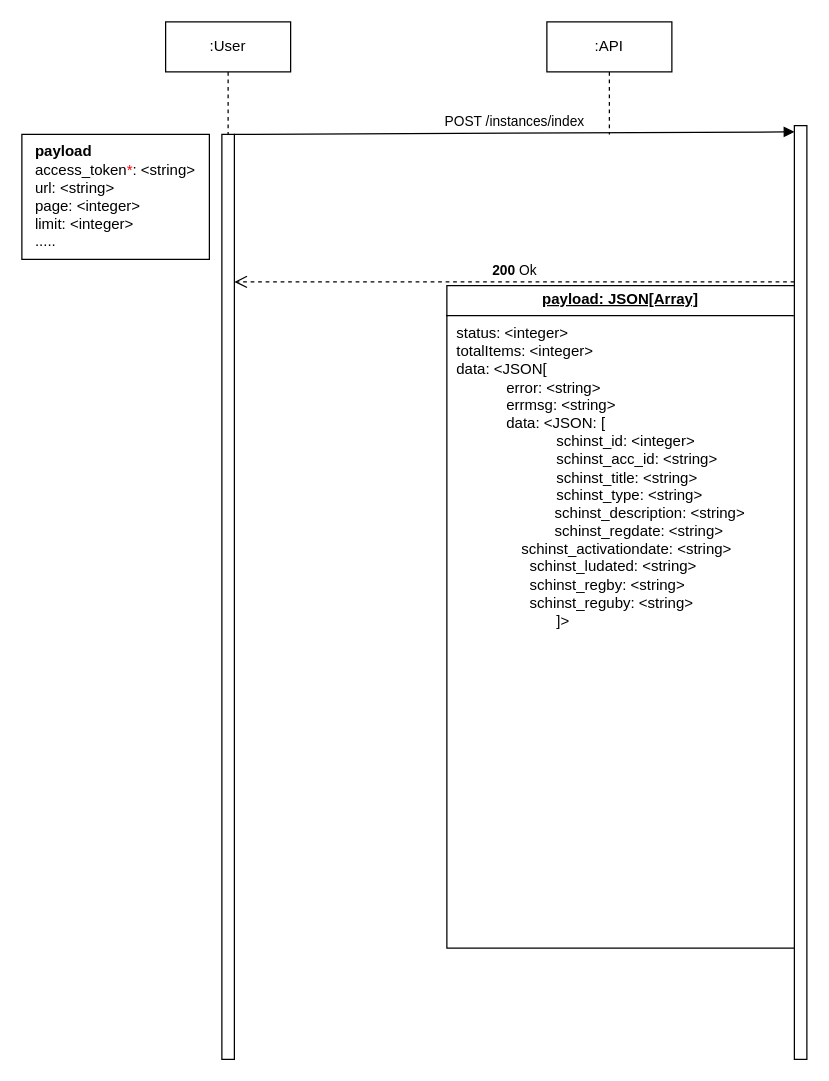
This is page "All School Instances (Configuration)" (4 of 10) of scholar-api-flows1.drawio from olougepa/scholar-api, a draw.io file, before an edit. Source tidied: cells renumbered, new cells numbered last; positions are measured from the earlier drawing's top-left corner, leaving out a move shared by most shapes. Both pictures are drawn from the tidied source at 125%, with x=0, y=0 at pixel (21, 21).
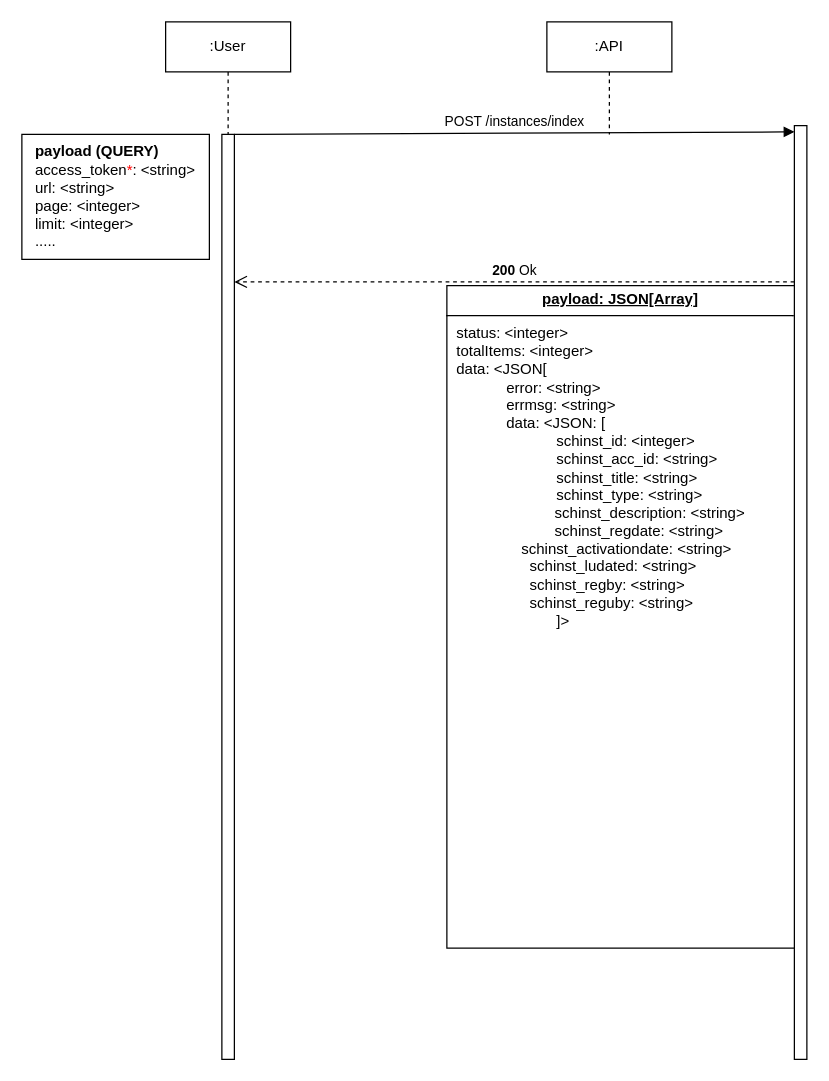
After the change.

Change to the diagram source:
```diff
@@
 <mxGraphModel>
   <root>
     <mxCell id="0" />
     <mxCell id="1" parent="0" />
     <mxCell id="2" style="html=1;points=[[0,0,0,0,5],[0,1,0,0,-5],[1,0,0,0,5],[1,1,0,0,-5]];perimeter=orthogonalPerimeter;outlineConnect=0;targetShapes=umlLifeline;portConstraint=eastwest;newEdgeStyle={&quot;curved&quot;:0,&quot;rounded&quot;:0};" parent="1" vertex="1">
       <mxGeometry x="618" y="83" width="10" height="747" as="geometry" />
     </mxCell>
     <mxCell id="3" value="POST /instances/index" style="html=1;verticalAlign=bottom;endArrow=block;curved=0;rounded=0;entryX=0;entryY=0;entryDx=0;entryDy=5;" parent="1" edge="1" source="5" target="2">
       <mxGeometry relative="1" as="geometry" />
     </mxCell>
     <mxCell id="4" value="&lt;b&gt;200&lt;/b&gt; Ok" style="html=1;verticalAlign=bottom;endArrow=open;dashed=1;endSize=8;curved=0;rounded=0;" parent="1" edge="1" source="2">
       <mxGeometry relative="1" as="geometry">
         <mxPoint x="170" y="208" as="targetPoint" />
       </mxGeometry>
     </mxCell>
     <mxCell id="5" style="html=1;points=[[0,0,0,0,5],[0,1,0,0,-5],[1,0,0,0,5],[1,1,0,0,-5]];perimeter=orthogonalPerimeter;outlineConnect=0;targetShapes=umlLifeline;portConstraint=eastwest;newEdgeStyle={&quot;curved&quot;:0,&quot;rounded&quot;:0};" parent="1" vertex="1">
       <mxGeometry x="160" y="90" width="10" height="740" as="geometry" />
     </mxCell>
     <mxCell id="6" value="&lt;p style=&quot;margin:0px;margin-top:4px;text-align:center;text-decoration:underline;&quot;&gt;&lt;b&gt;payload: JSON[Array]&lt;/b&gt;&lt;/p&gt;&lt;hr size=&quot;1&quot; style=&quot;border-style:solid;&quot;&gt;&lt;p style=&quot;margin:0px;margin-left:8px;&quot;&gt;status: &amp;lt;integer&amp;gt;&lt;/p&gt;&lt;p style=&quot;margin:0px;margin-left:8px;&quot;&gt;totalItems: &amp;lt;integer&amp;gt;&lt;/p&gt;&lt;p style=&quot;margin:0px;margin-left:8px;&quot;&gt;data: &amp;lt;JSON[&lt;/p&gt;&lt;blockquote style=&quot;margin: 0 0 0 40px; border: none; padding: 0px;&quot;&gt;&lt;p style=&quot;margin:0px;margin-left:8px;&quot;&gt;error: &amp;lt;string&amp;gt;&lt;/p&gt;&lt;p style=&quot;margin:0px;margin-left:8px;&quot;&gt;errmsg: &amp;lt;string&amp;gt;&lt;/p&gt;&lt;p style=&quot;margin:0px;margin-left:8px;&quot;&gt;data: &amp;lt;JSON: [&amp;nbsp;&lt;/p&gt;&lt;/blockquote&gt;&lt;blockquote style=&quot;margin: 0 0 0 40px; border: none; padding: 0px;&quot;&gt;&lt;blockquote style=&quot;margin: 0 0 0 40px; border: none; padding: 0px;&quot;&gt;&lt;p style=&quot;margin:0px;margin-left:8px;&quot;&gt;schinst_id: &amp;lt;integer&amp;gt;&lt;/p&gt;&lt;/blockquote&gt;&lt;blockquote style=&quot;margin: 0 0 0 40px; border: none; padding: 0px;&quot;&gt;&lt;p style=&quot;margin:0px;margin-left:8px;&quot;&gt;schinst_acc_id: &amp;lt;string&amp;gt;&lt;/p&gt;&lt;/blockquote&gt;&lt;blockquote style=&quot;margin: 0 0 0 40px; border: none; padding: 0px;&quot;&gt;&lt;p style=&quot;margin:0px;margin-left:8px;&quot;&gt;schinst_title: &amp;lt;string&amp;gt;&lt;/p&gt;&lt;/blockquote&gt;&lt;blockquote style=&quot;margin: 0 0 0 40px; border: none; padding: 0px;&quot;&gt;&lt;p style=&quot;margin:0px;margin-left:8px;&quot;&gt;schinst_type: &amp;lt;string&amp;gt;&lt;/p&gt;&lt;/blockquote&gt;&lt;blockquote style=&quot;margin: 0 0 0 40px; border: none; padding: 0px;&quot;&gt;&amp;nbsp; schinst_description&lt;span style=&quot;background-color: initial;&quot;&gt;: &amp;lt;string&amp;gt;&lt;/span&gt;&lt;/blockquote&gt;&lt;span style=&quot;white-space: pre;&quot;&gt;&#9;&lt;/span&gt;&amp;nbsp; &amp;nbsp; &amp;nbsp; schinst_regdate:&amp;nbsp;&lt;span style=&quot;background-color: initial;&quot;&gt;&amp;lt;string&amp;gt;&amp;nbsp;&lt;/span&gt;&lt;/blockquote&gt;&lt;blockquote style=&quot;margin: 0 0 0 40px; border: none; padding: 0px;&quot;&gt;&lt;span style=&quot;background-color: initial;&quot;&gt;&amp;nbsp; &amp;nbsp; &amp;nbsp; schinst_activationdate: &amp;lt;string&amp;gt;&lt;/span&gt;&lt;/blockquote&gt;&lt;blockquote style=&quot;margin: 0 0 0 40px; border: none; padding: 0px;&quot;&gt;&lt;span style=&quot;white-space: pre;&quot;&gt;&#9;&lt;/span&gt;schinst_ludated: &amp;lt;string&amp;gt;&lt;/blockquote&gt;&lt;blockquote style=&quot;margin: 0 0 0 40px; border: none; padding: 0px;&quot;&gt;&amp;nbsp; &amp;nbsp; &amp;nbsp; &amp;nbsp;&amp;nbsp;schinst_regby: &amp;lt;string&amp;gt;&lt;/blockquote&gt;&lt;blockquote style=&quot;margin: 0 0 0 40px; border: none; padding: 0px;&quot;&gt;&lt;span style=&quot;white-space: pre;&quot;&gt;&#9;&lt;/span&gt;schinst_reguby: &amp;lt;string&amp;gt;&lt;br&gt;&lt;blockquote style=&quot;margin: 0 0 0 40px; border: none; padding: 0px;&quot;&gt;&lt;p style=&quot;margin: 0px 0px 0px 8px;&quot;&gt;&lt;span style=&quot;background-color: initial;&quot;&gt;]&amp;gt;&lt;/span&gt;&lt;/p&gt;&lt;/blockquote&gt;&lt;/blockquote&gt;" style="verticalAlign=top;align=left;overflow=fill;html=1;whiteSpace=wrap;" parent="1" vertex="1">
       <mxGeometry x="340" y="211" width="278" height="530" as="geometry" />
     </mxCell>
     <mxCell id="7" value=":User" style="shape=umlLifeline;perimeter=lifelinePerimeter;whiteSpace=wrap;html=1;newEdgeStyle={&quot;curved&quot;:0,&quot;rounded&quot;:0};" parent="1" vertex="1">
       <mxGeometry x="115" width="100" height="90" as="geometry" />
     </mxCell>
     <mxCell id="8" value=":API" style="shape=umlLifeline;perimeter=lifelinePerimeter;whiteSpace=wrap;html=1;newEdgeStyle={&quot;curved&quot;:0,&quot;rounded&quot;:0};" parent="1" vertex="1">
       <mxGeometry x="420" width="100" height="90" as="geometry" />
     </mxCell>
-    <mxCell id="9" value="&lt;div style=&quot;text-align: left;&quot;&gt;&lt;b style=&quot;background-color: initial;&quot;&gt;payload&lt;/b&gt;&lt;/div&gt;&lt;div style=&quot;text-align: left;&quot;&gt;access_token&lt;font color=&quot;#ff0000&quot;&gt;*&lt;/font&gt;: &amp;lt;string&amp;gt;&lt;/div&gt;&lt;div style=&quot;text-align: left;&quot;&gt;url: &amp;lt;string&amp;gt;&lt;/div&gt;&lt;div style=&quot;text-align: left;&quot;&gt;page: &amp;lt;integer&amp;gt;&lt;/div&gt;&lt;div style=&quot;text-align: left;&quot;&gt;limit: &amp;lt;integer&amp;gt;&lt;/div&gt;&lt;div style=&quot;text-align: left;&quot;&gt;.....&lt;/div&gt;" style="html=1;whiteSpace=wrap;" parent="1" vertex="1">
+    <mxCell id="9" value="&lt;div style=&quot;text-align: left;&quot;&gt;&lt;b style=&quot;background-color: initial;&quot;&gt;payload (QUERY)&lt;/b&gt;&lt;/div&gt;&lt;div style=&quot;text-align: left;&quot;&gt;access_token&lt;font color=&quot;#ff0000&quot;&gt;*&lt;/font&gt;: &amp;lt;string&amp;gt;&lt;/div&gt;&lt;div style=&quot;text-align: left;&quot;&gt;url: &amp;lt;string&amp;gt;&lt;/div&gt;&lt;div style=&quot;text-align: left;&quot;&gt;page: &amp;lt;integer&amp;gt;&lt;/div&gt;&lt;div style=&quot;text-align: left;&quot;&gt;limit: &amp;lt;integer&amp;gt;&lt;/div&gt;&lt;div style=&quot;text-align: left;&quot;&gt;.....&lt;/div&gt;" style="html=1;whiteSpace=wrap;" parent="1" vertex="1">
       <mxGeometry y="90" width="150" height="100" as="geometry" />
     </mxCell>
   </root>
 </mxGraphModel>
```
